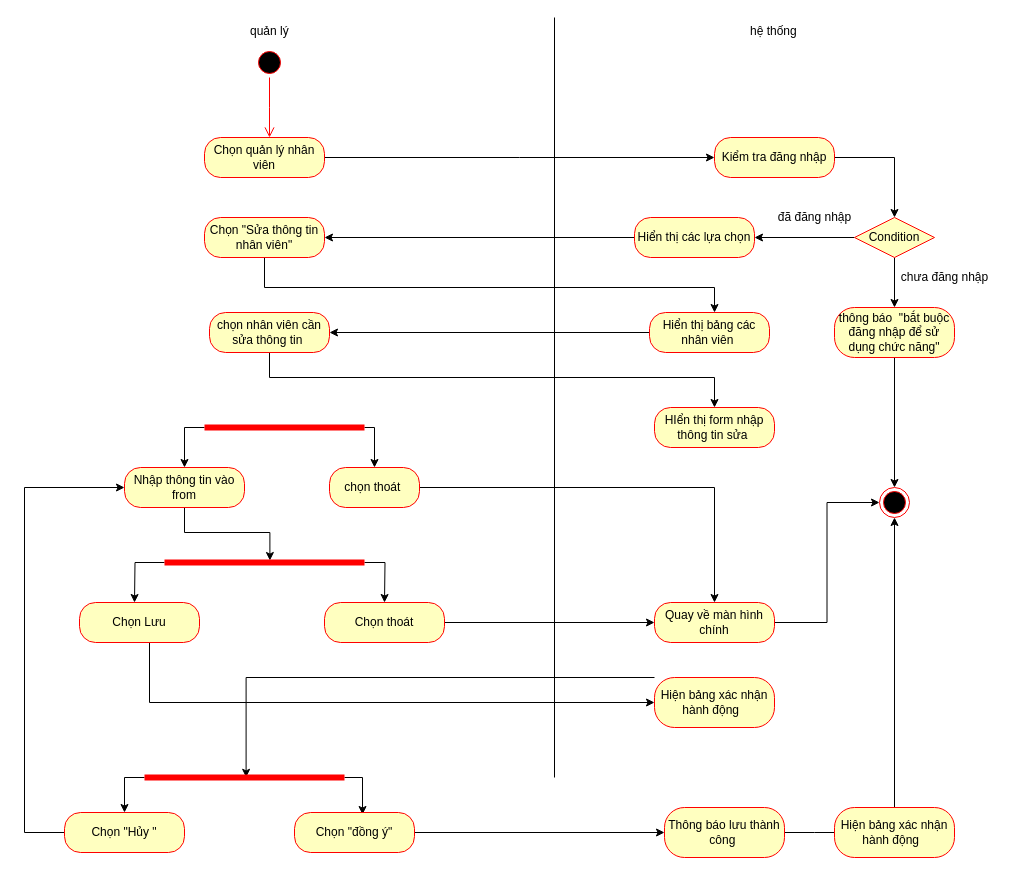
This is page "sửa nv" (1 of 16) of Untitled Diagram.drawio from sonha1/aaaa, a draw.io file, before an edit. Source tidied: cells renumbered, new cells numbered last; positions are measured from the earlier drawing's top-left corner, leaving out a move shared by most shapes. Both pictures are drawn from the tidied source at 100%, with x=0, y=0 at pixel (24, 17).
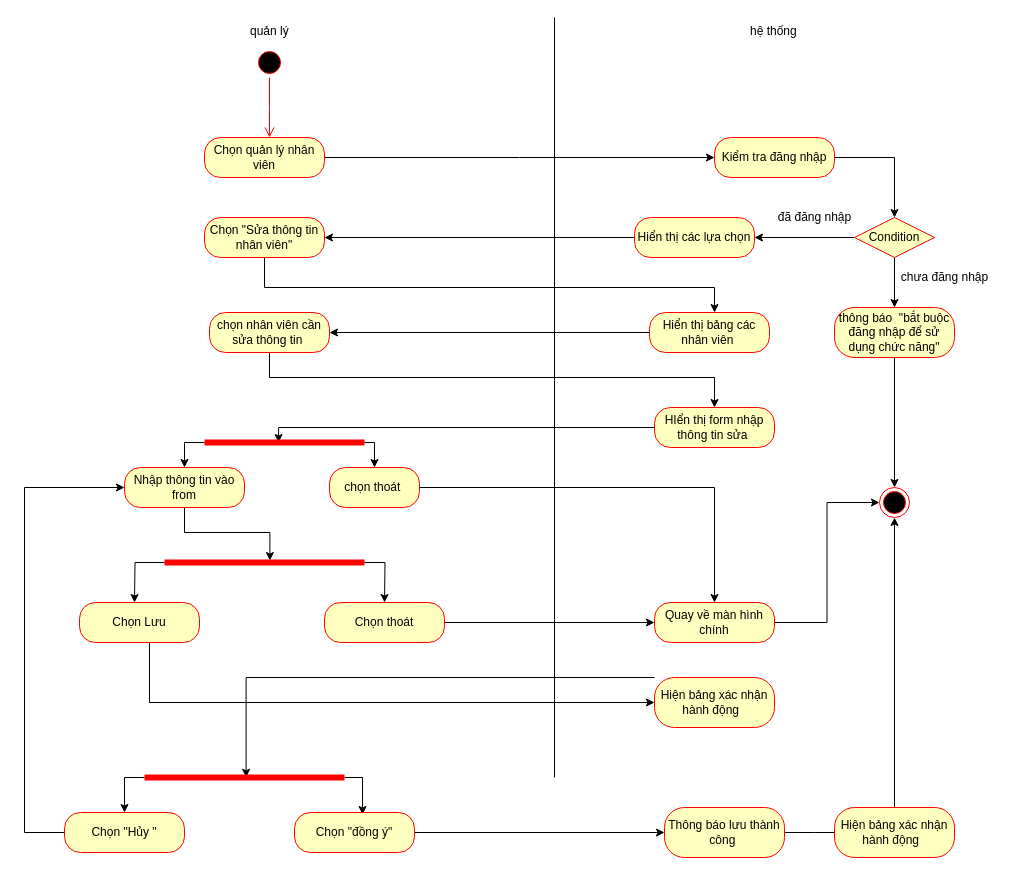
After the change.

Unchanged cells that the change refers to:
```xml
<mxCell id="25" value="Nhập thông tin vào from" style="rounded=1;whiteSpace=wrap;html=1;arcSize=40;fontColor=#000000;fillColor=#ffffc0;strokeColor=#ff0000;" parent="1" vertex="1">
  <mxGeometry x="100" y="450" width="120" height="40" as="geometry" />
</mxCell>
<mxCell id="51" value="HIển thị form nhập thông tin sửa&amp;nbsp;" style="rounded=1;whiteSpace=wrap;html=1;arcSize=40;fontColor=#000000;fillColor=#ffffc0;strokeColor=#ff0000;" parent="1" vertex="1">
  <mxGeometry x="630" y="390" width="120" height="40" as="geometry" />
</mxCell>
<mxCell id="53" value="chọn thoát&amp;nbsp;" style="rounded=1;whiteSpace=wrap;html=1;arcSize=40;fontColor=#000000;fillColor=#ffffc0;strokeColor=#ff0000;" parent="1" vertex="1">
  <mxGeometry x="305" y="450" width="90" height="40" as="geometry" />
</mxCell>
```

What changed in the source:
```diff
@@
+    <mxCell id="57" style="edgeStyle=orthogonalEdgeStyle;rounded=0;jettySize=auto;html=1;entryX=0.463;entryY=0.5;entryDx=0;entryDy=0;entryPerimeter=0;" parent="1" edge="1" source="51" target="56">
+      <mxGeometry relative="1" as="geometry">
+        <Array as="points">
+          <mxPoint x="254" y="410" />
+        </Array>
+      </mxGeometry>
+    </mxCell>
@@
     <mxCell id="54" style="edgeStyle=orthogonalEdgeStyle;rounded=0;jettySize=auto;html=1;" parent="1" edge="1" source="56" target="53">
       <mxGeometry relative="1" as="geometry">
         <Array as="points">
-          <mxPoint x="350" y="410" />
+          <mxPoint x="350" y="425" />
         </Array>
       </mxGeometry>
     </mxCell>
     <mxCell id="55" style="edgeStyle=orthogonalEdgeStyle;rounded=0;jettySize=auto;html=1;entryX=0.5;entryY=0;entryDx=0;entryDy=0;" parent="1" edge="1" source="56" target="25">
       <mxGeometry relative="1" as="geometry">
         <Array as="points">
-          <mxPoint x="160" y="410" />
+          <mxPoint x="160" y="425" />
         </Array>
       </mxGeometry>
     </mxCell>
     <mxCell id="56" style="shape=line;html=1;strokeWidth=6;strokeColor=#ff0000;" parent="1" vertex="1">
-      <mxGeometry x="180" y="405" width="160" height="10" as="geometry" />
+      <mxGeometry x="180" y="420" width="160" height="10" as="geometry" />
     </mxCell>
```
